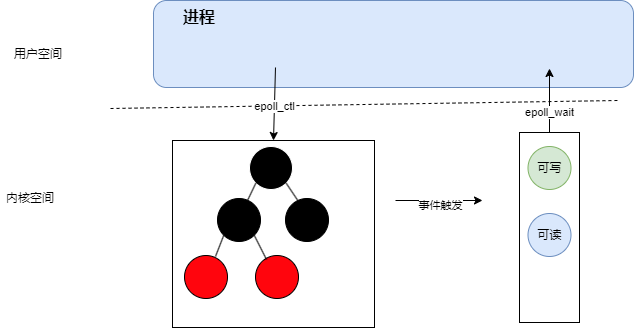
Above: CS/OS/网络系统/epoll.drawio.png in sirius-zyj/Images (draw.io), before the change. Source tidied: cells renumbered, new cells last; positions are measured from the earlier drawing's top-left corner, leaving out a move shared by most shapes.
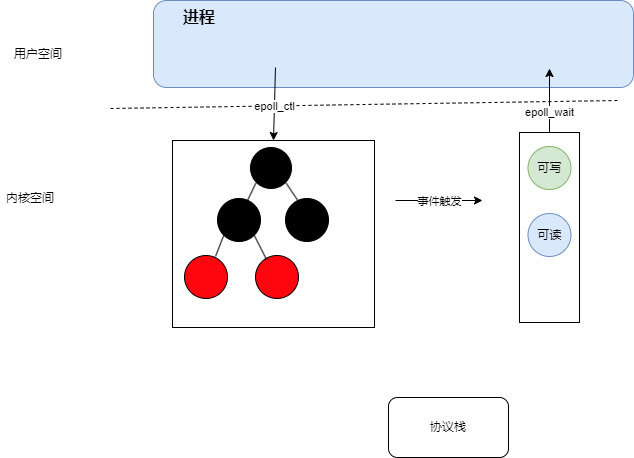
The same diagram one commit later.

What changed in the source:
```diff
@@ -65,7 +65,7 @@
     </mxCell>
     <mxCell id="19" value="事件触发" style="edgeLabel;html=1;align=center;verticalAlign=middle;" parent="18" vertex="1">
       <mxGeometry x="-0.28" y="-3" relative="1" as="geometry">
-        <mxPoint x="12" y="1" as="offset" />
+        <mxPoint x="11" y="-3" as="offset" />
       </mxGeometry>
     </mxCell>
     <mxCell id="20" style="rounded=0;whiteSpace=wrap;html=1;" parent="1" vertex="1">
@@ -88,5 +88,8 @@
     <mxCell id="25" value="&lt;b&gt;&lt;font style=&quot;font-size: 16px;&quot;&gt;进程&lt;/font&gt;&lt;/b&gt;" style="text;html=1;align=center;verticalAlign=middle;whiteSpace=wrap;rounded=0;" parent="1" vertex="1">
       <mxGeometry x="169" y="2" width="60" height="30" as="geometry" />
     </mxCell>
+    <mxCell id="26" value="协议栈" style="rounded=1;whiteSpace=wrap;html=1;" parent="1" vertex="1">
+      <mxGeometry x="388" y="397" width="120" height="60" as="geometry" />
+    </mxCell>
   </root>
 </mxGraphModel>
```
